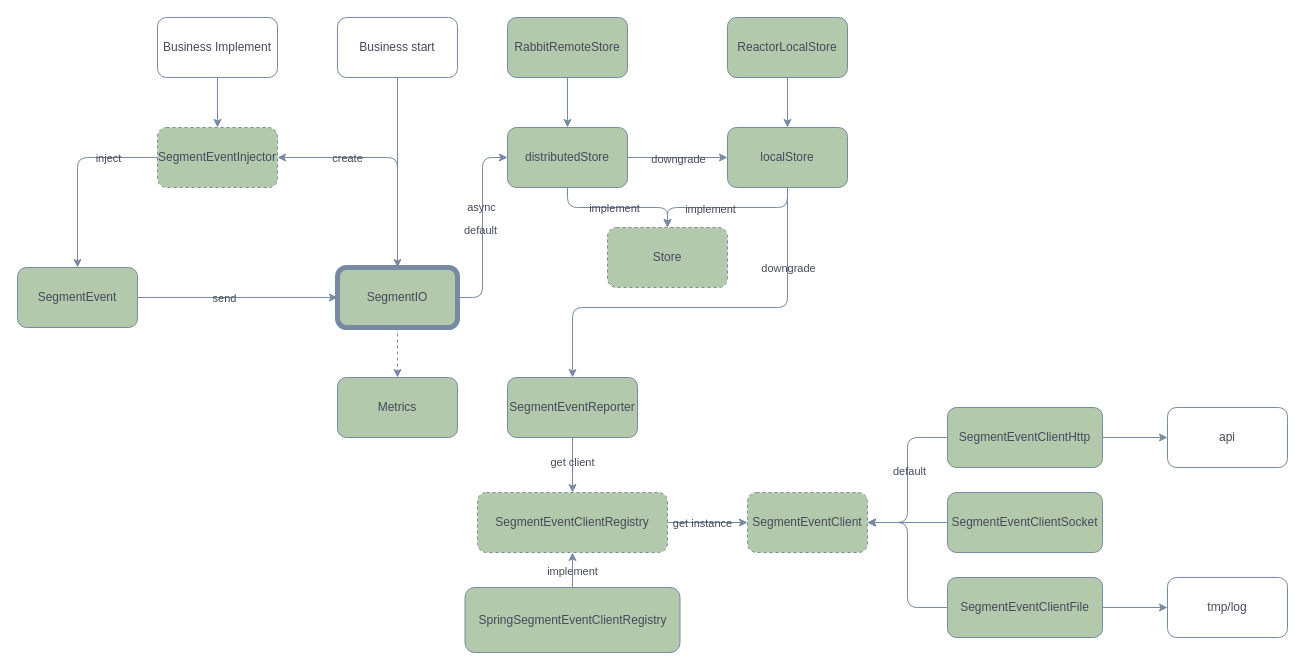
sheldon-pacvue/segmenet-event keeps this draw.io diagram as assets/SegmentEvent-V2.dio. Above is the earlier version. Source tidied: cells renumbered, new cells numbered last; positions are measured from the earlier drawing's top-left corner, leaving out a move shared by most shapes. Both pictures are drawn from the tidied source at 100%, with x=0, y=0 at pixel (17, 17).
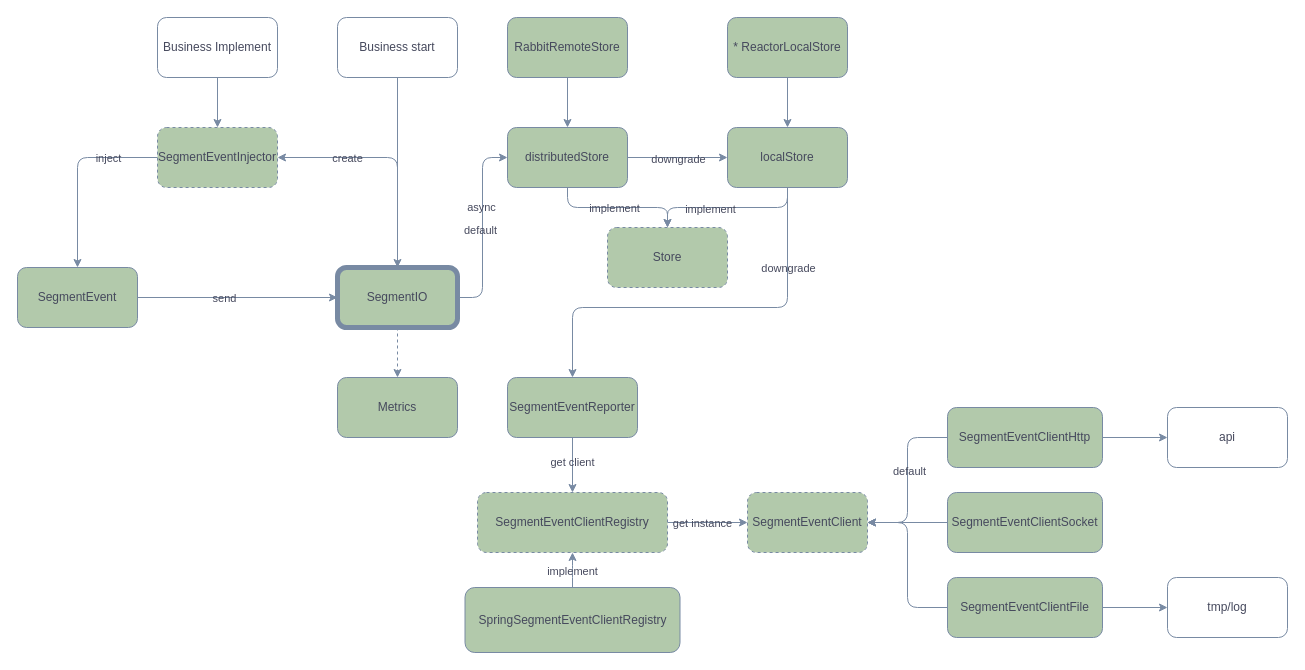
After the change.

What changed in the source:
```diff
@@
-    <mxCell id="55" value="ReactorLocalStore" style="rounded=1;whiteSpace=wrap;html=1;strokeColor=#788AA3;fontColor=#46495D;fillColor=#B2C9AB;labelBackgroundColor=none;" parent="1" vertex="1">
+    <mxCell id="55" value="* ReactorLocalStore" style="rounded=1;whiteSpace=wrap;html=1;strokeColor=#788AA3;fontColor=#46495D;fillColor=#B2C9AB;labelBackgroundColor=none;" parent="1" vertex="1">
       <mxGeometry x="710" width="120" height="60" as="geometry" />
     </mxCell>
```
